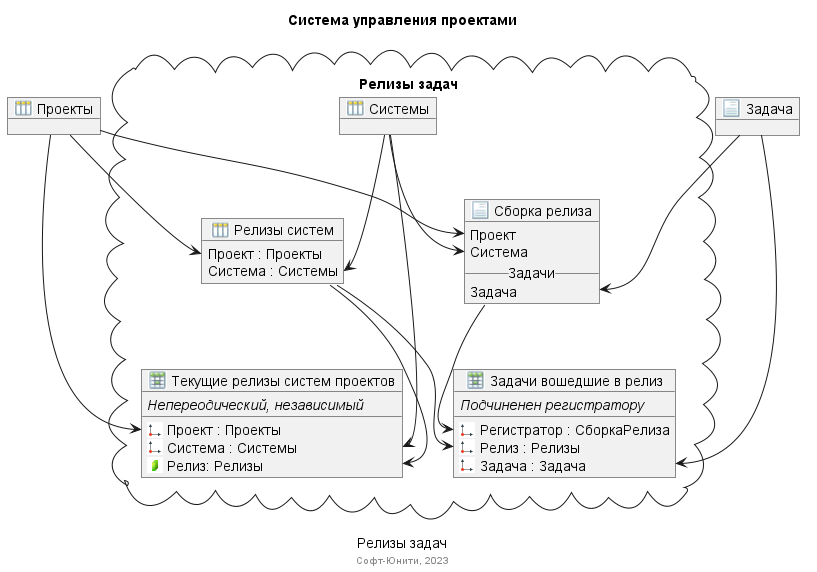
The PlantUML diagram out/Релизы/Релизы.png in medm86/SUP, before a commit.
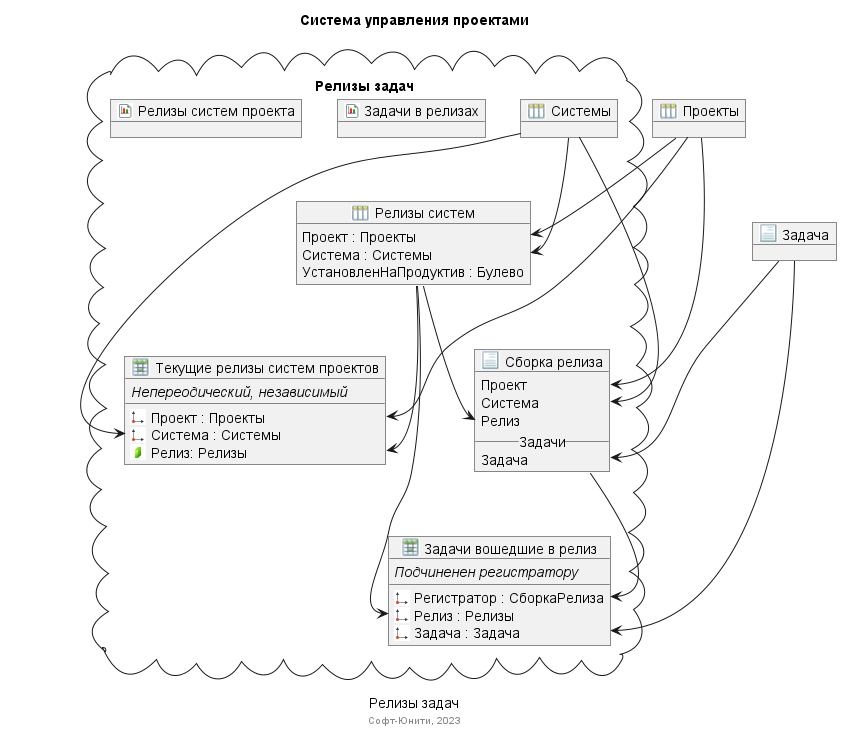
After the change.

The edit, as a diff of the source:
```diff
@@ -17,6 +17,7 @@
   _Справочник(Релизы, "Релизы систем"){
     Проект : Проекты
     Система : Системы
+    УстановленНаПродуктив : Булево
   }
 
   Системы --> Релизы::Система
@@ -30,6 +31,10 @@
     <$r> Релиз: Релизы
   }
 
+  _Отчет(ЗадачиВРелизах, "Задачи в релизах")
+
+  _Отчет(РелизыСистемПроекта, "Релизы систем проекта")
+
   Проекты --> ТекущиеРелизыСистемыПроектов::Проект
   Системы --> ТекущиеРелизыСистемыПроектов::Система
   Релизы --> ТекущиеРелизыСистемыПроектов::Релиз
@@ -37,12 +42,14 @@
   _Документ(СборкаРелиза, "Сборка релиза"){
     Проект
     Система
+    Релиз
     __Задачи__
     Задача
   }
   Проекты --> СборкаРелиза::Проект
   Системы --> СборкаРелиза::Система
   Задача --> СборкаРелиза::Задача
+  Релизы --> СборкаРелиза::Релиз
 
   _РегистрСведений(ЗадачиВошедшиеВРелиз, "Задачи вошедшие в релиз"){
     {abstract} Подчиненен регистратору
```
